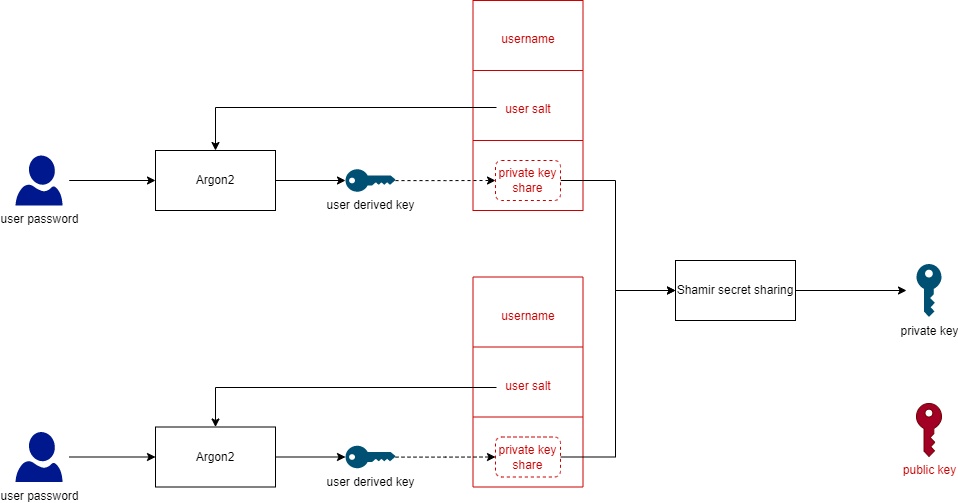
This is readme-images/Private key retrieving.drawio.png from damienmaier/encrypted-vault, a draw.io export, as it was before one commit. Source tidied: cells renumbered, new cells last; positions are measured from the earlier drawing's top-left corner, leaving out a move shared by most shapes. The source it was exported from:
```xml
<mxGraphModel>
  <root>
    <mxCell id="0" />
    <mxCell id="1" parent="0" />
    <mxCell id="2" style="shape=table;startSize=0;fontSize=20;fillColor=none;strokeColor=#CC0000;" parent="1" vertex="1">
      <mxGeometry x="457.5" width="110" height="210" as="geometry" />
    </mxCell>
    <mxCell id="3" style="shape=tableRow;horizontal=0;startSize=0;swimlaneHead=0;swimlaneBody=0;top=0;left=0;bottom=0;right=0;fillColor=none;strokeColor=#B85450;fontSize=20;fontColor=#CC0000;" parent="2" vertex="1">
      <mxGeometry width="110" height="70" as="geometry" />
    </mxCell>
    <mxCell id="4" value="&lt;font style=&quot;font-size: 12px;&quot;&gt;username&lt;/font&gt;" style="shape=partialRectangle;html=1;whiteSpace=wrap;overflow=hidden;fillColor=none;top=0;left=0;bottom=0;right=0;strokeColor=#B85450;fontSize=20;fontColor=#CC0000;" parent="3" vertex="1">
      <mxGeometry width="110" height="70" as="geometry" />
    </mxCell>
    <mxCell id="5" style="shape=tableRow;horizontal=0;startSize=0;swimlaneHead=0;swimlaneBody=0;top=0;left=0;bottom=0;right=0;fillColor=none;strokeColor=#B85450;fontSize=20;fontColor=#CC0000;" parent="2" vertex="1">
      <mxGeometry y="70" width="110" height="70" as="geometry" />
    </mxCell>
    <mxCell id="6" value="&lt;font style=&quot;font-size: 12px;&quot;&gt;user salt&lt;/font&gt;" style="shape=partialRectangle;html=1;whiteSpace=wrap;overflow=hidden;fillColor=none;top=0;left=0;bottom=0;right=0;strokeColor=#B85450;fontSize=20;fontColor=#CC0000;" parent="5" vertex="1">
      <mxGeometry width="110" height="70" as="geometry" />
    </mxCell>
    <mxCell id="7" style="shape=tableRow;horizontal=0;startSize=0;swimlaneHead=0;swimlaneBody=0;top=0;left=0;bottom=0;right=0;fillColor=none;strokeColor=#B85450;fontSize=20;fontColor=#CC0000;" parent="2" vertex="1">
      <mxGeometry y="140" width="110" height="70" as="geometry" />
    </mxCell>
    <mxCell id="8" style="shape=partialRectangle;html=1;whiteSpace=wrap;overflow=hidden;fillColor=none;top=0;left=0;bottom=0;right=0;strokeColor=#B85450;fontSize=20;fontColor=#CC0000;" parent="7" vertex="1">
      <mxGeometry width="110" height="70" as="geometry" />
    </mxCell>
    <mxCell id="9" style="edgeStyle=orthogonalEdgeStyle;rounded=0;jettySize=auto;html=1;entryX=0;entryY=0.5;entryDx=0;entryDy=0;exitX=0.93;exitY=0.5;exitDx=0;exitDy=0;exitPerimeter=0;" parent="1" edge="1" target="11">
      <mxGeometry relative="1" as="geometry">
        <mxPoint x="53.7" y="180" as="sourcePoint" />
      </mxGeometry>
    </mxCell>
    <mxCell id="10" style="edgeStyle=orthogonalEdgeStyle;rounded=0;jettySize=auto;html=1;entryX=0;entryY=0.5;entryDx=0;entryDy=0;entryPerimeter=0;" parent="1" edge="1" source="11" target="13">
      <mxGeometry relative="1" as="geometry" />
    </mxCell>
    <mxCell id="11" value="Argon2" style="rounded=0;whiteSpace=wrap;html=1;" parent="1" vertex="1">
      <mxGeometry x="140" y="150" width="120" height="60" as="geometry" />
    </mxCell>
    <mxCell id="12" style="edgeStyle=orthogonalEdgeStyle;rounded=0;jettySize=auto;html=1;entryX=0;entryY=0.5;entryDx=0;entryDy=0;entryPerimeter=0;dashed=1;" parent="1" edge="1" source="13">
      <mxGeometry relative="1" as="geometry">
        <mxPoint x="480" y="180" as="targetPoint" />
      </mxGeometry>
    </mxCell>
    <mxCell id="13" value="user derived key" style="points=[[0,0.5,0],[0.24,0,0],[0.5,0.28,0],[0.995,0.475,0],[0.5,0.72,0],[0.24,1,0]];verticalLabelPosition=bottom;sketch=0;html=1;verticalAlign=top;align=center;shape=mxgraph.cisco19.key;fillColor=#005073;strokeColor=none;" parent="1" vertex="1">
      <mxGeometry x="330" y="168.8" width="50" height="22.5" as="geometry" />
    </mxCell>
    <mxCell id="14" style="edgeStyle=orthogonalEdgeStyle;rounded=0;jettySize=auto;html=1;entryX=0;entryY=0.5;entryDx=0;entryDy=0;entryPerimeter=0;" parent="1" edge="1" source="15">
      <mxGeometry relative="1" as="geometry">
        <mxPoint x="891" y="290" as="targetPoint" />
      </mxGeometry>
    </mxCell>
    <mxCell id="15" value="Shamir secret sharing" style="rounded=0;whiteSpace=wrap;html=1;" parent="1" vertex="1">
      <mxGeometry x="660" y="260" width="120" height="60" as="geometry" />
    </mxCell>
    <mxCell id="16" style="edgeStyle=orthogonalEdgeStyle;rounded=0;jettySize=auto;html=1;exitX=1;exitY=0.5;exitDx=0;exitDy=0;entryX=0;entryY=0.5;entryDx=0;entryDy=0;" parent="1" edge="1" source="19" target="15">
      <mxGeometry relative="1" as="geometry">
        <Array as="points">
          <mxPoint x="600" y="180" />
          <mxPoint x="600" y="290" />
        </Array>
      </mxGeometry>
    </mxCell>
    <mxCell id="17" value="&lt;font color=&quot;#000000&quot;&gt;private key&lt;/font&gt;" style="sketch=0;shadow=0;dashed=0;html=1;strokeColor=none;labelPosition=center;verticalLabelPosition=bottom;verticalAlign=top;align=center;shape=mxgraph.office.security.key_permissions;fillColor=#005073;fontColor=#CC0000;" parent="1" vertex="1">
      <mxGeometry x="901" y="263.5" width="25" height="53" as="geometry" />
    </mxCell>
    <mxCell id="18" value="&lt;font color=&quot;#cc0000&quot;&gt;public key&lt;/font&gt;" style="sketch=0;shadow=0;dashed=0;html=1;strokeColor=#6F0000;labelPosition=center;verticalLabelPosition=bottom;verticalAlign=top;align=center;shape=mxgraph.office.security.key_permissions;fillColor=#a20025;fontColor=#ffffff;" parent="1" vertex="1">
      <mxGeometry x="901" y="403" width="25" height="53" as="geometry" />
    </mxCell>
    <mxCell id="19" value="private key share" style="rounded=1;whiteSpace=wrap;html=1;fontColor=#CC0000;strokeColor=#CC0000;dashed=1;" parent="1" vertex="1">
      <mxGeometry x="480" y="160" width="65" height="40" as="geometry" />
    </mxCell>
    <mxCell id="20" value="user password" style="sketch=0;shadow=0;dashed=0;html=1;strokeColor=none;labelPosition=center;verticalLabelPosition=bottom;verticalAlign=top;align=center;fillColor=#00188D;shape=mxgraph.azure.user;fontColor=#000000;" parent="1" vertex="1">
      <mxGeometry y="155" width="47" height="50" as="geometry" />
    </mxCell>
    <mxCell id="21" style="shape=table;startSize=0;fontSize=20;fillColor=none;strokeColor=#CC0000;" parent="1" vertex="1">
      <mxGeometry x="457.5" y="276.5" width="110" height="210" as="geometry" />
    </mxCell>
    <mxCell id="22" style="shape=tableRow;horizontal=0;startSize=0;swimlaneHead=0;swimlaneBody=0;top=0;left=0;bottom=0;right=0;fillColor=none;strokeColor=#B85450;fontSize=20;fontColor=#CC0000;" parent="21" vertex="1">
      <mxGeometry width="110" height="70" as="geometry" />
    </mxCell>
    <mxCell id="23" value="&lt;font style=&quot;font-size: 12px;&quot;&gt;username&lt;/font&gt;" style="shape=partialRectangle;html=1;whiteSpace=wrap;overflow=hidden;fillColor=none;top=0;left=0;bottom=0;right=0;strokeColor=#B85450;fontSize=20;fontColor=#CC0000;" parent="22" vertex="1">
      <mxGeometry width="110" height="70" as="geometry" />
    </mxCell>
    <mxCell id="24" style="shape=tableRow;horizontal=0;startSize=0;swimlaneHead=0;swimlaneBody=0;top=0;left=0;bottom=0;right=0;fillColor=none;strokeColor=#B85450;fontSize=20;fontColor=#CC0000;" parent="21" vertex="1">
      <mxGeometry y="70" width="110" height="70" as="geometry" />
    </mxCell>
    <mxCell id="25" value="&lt;font style=&quot;font-size: 12px;&quot;&gt;user salt&lt;/font&gt;" style="shape=partialRectangle;html=1;whiteSpace=wrap;overflow=hidden;fillColor=none;top=0;left=0;bottom=0;right=0;strokeColor=#B85450;fontSize=20;fontColor=#CC0000;" parent="24" vertex="1">
      <mxGeometry width="110" height="70" as="geometry" />
    </mxCell>
    <mxCell id="26" style="shape=tableRow;horizontal=0;startSize=0;swimlaneHead=0;swimlaneBody=0;top=0;left=0;bottom=0;right=0;fillColor=none;strokeColor=#B85450;fontSize=20;fontColor=#CC0000;" parent="21" vertex="1">
      <mxGeometry y="140" width="110" height="70" as="geometry" />
    </mxCell>
    <mxCell id="27" style="shape=partialRectangle;html=1;whiteSpace=wrap;overflow=hidden;fillColor=none;top=0;left=0;bottom=0;right=0;strokeColor=#B85450;fontSize=20;fontColor=#CC0000;" parent="26" vertex="1">
      <mxGeometry width="110" height="70" as="geometry" />
    </mxCell>
    <mxCell id="28" style="edgeStyle=orthogonalEdgeStyle;rounded=0;jettySize=auto;html=1;entryX=0;entryY=0.5;entryDx=0;entryDy=0;exitX=0.93;exitY=0.5;exitDx=0;exitDy=0;exitPerimeter=0;" parent="1" edge="1" target="30">
      <mxGeometry relative="1" as="geometry">
        <mxPoint x="53.7" y="456.5" as="sourcePoint" />
      </mxGeometry>
    </mxCell>
    <mxCell id="29" style="edgeStyle=orthogonalEdgeStyle;rounded=0;jettySize=auto;html=1;entryX=0;entryY=0.5;entryDx=0;entryDy=0;entryPerimeter=0;" parent="1" edge="1" source="30" target="32">
      <mxGeometry relative="1" as="geometry" />
    </mxCell>
    <mxCell id="30" value="Argon2" style="rounded=0;whiteSpace=wrap;html=1;" parent="1" vertex="1">
      <mxGeometry x="140" y="426.5" width="120" height="60" as="geometry" />
    </mxCell>
    <mxCell id="31" style="edgeStyle=orthogonalEdgeStyle;rounded=0;jettySize=auto;html=1;entryX=0;entryY=0.5;entryDx=0;entryDy=0;entryPerimeter=0;dashed=1;" parent="1" edge="1" source="32">
      <mxGeometry relative="1" as="geometry">
        <mxPoint x="480" y="456.5" as="targetPoint" />
      </mxGeometry>
    </mxCell>
    <mxCell id="32" value="user derived key" style="points=[[0,0.5,0],[0.24,0,0],[0.5,0.28,0],[0.995,0.475,0],[0.5,0.72,0],[0.24,1,0]];verticalLabelPosition=bottom;sketch=0;html=1;verticalAlign=top;align=center;shape=mxgraph.cisco19.key;fillColor=#005073;strokeColor=none;" parent="1" vertex="1">
      <mxGeometry x="330" y="445.2" width="50" height="22.5" as="geometry" />
    </mxCell>
    <mxCell id="33" style="edgeStyle=orthogonalEdgeStyle;rounded=0;jettySize=auto;html=1;entryX=0;entryY=0.5;entryDx=0;entryDy=0;fontSize=12;" parent="1" edge="1" source="34" target="15">
      <mxGeometry relative="1" as="geometry">
        <Array as="points">
          <mxPoint x="600" y="457" />
          <mxPoint x="600" y="290" />
        </Array>
      </mxGeometry>
    </mxCell>
    <mxCell id="34" value="private key share" style="rounded=1;whiteSpace=wrap;html=1;fontColor=#CC0000;strokeColor=#CC0000;dashed=1;" parent="1" vertex="1">
      <mxGeometry x="480" y="436.5" width="65" height="40" as="geometry" />
    </mxCell>
    <mxCell id="35" value="user password" style="sketch=0;shadow=0;dashed=0;html=1;strokeColor=none;labelPosition=center;verticalLabelPosition=bottom;verticalAlign=top;align=center;fillColor=#00188D;shape=mxgraph.azure.user;fontColor=#000000;" parent="1" vertex="1">
      <mxGeometry y="431.5" width="47" height="50" as="geometry" />
    </mxCell>
    <mxCell id="36" style="edgeStyle=orthogonalEdgeStyle;rounded=0;jettySize=auto;html=1;entryX=0.5;entryY=0;entryDx=0;entryDy=0;fontSize=12;" parent="1" edge="1" target="30">
      <mxGeometry relative="1" as="geometry">
        <mxPoint x="481" y="387" as="sourcePoint" />
      </mxGeometry>
    </mxCell>
    <mxCell id="37" style="edgeStyle=orthogonalEdgeStyle;rounded=0;jettySize=auto;html=1;entryX=0.5;entryY=0;entryDx=0;entryDy=0;fontSize=12;" parent="1" edge="1" target="11">
      <mxGeometry relative="1" as="geometry">
        <mxPoint x="481" y="107" as="sourcePoint" />
      </mxGeometry>
    </mxCell>
  </root>
</mxGraphModel>
```
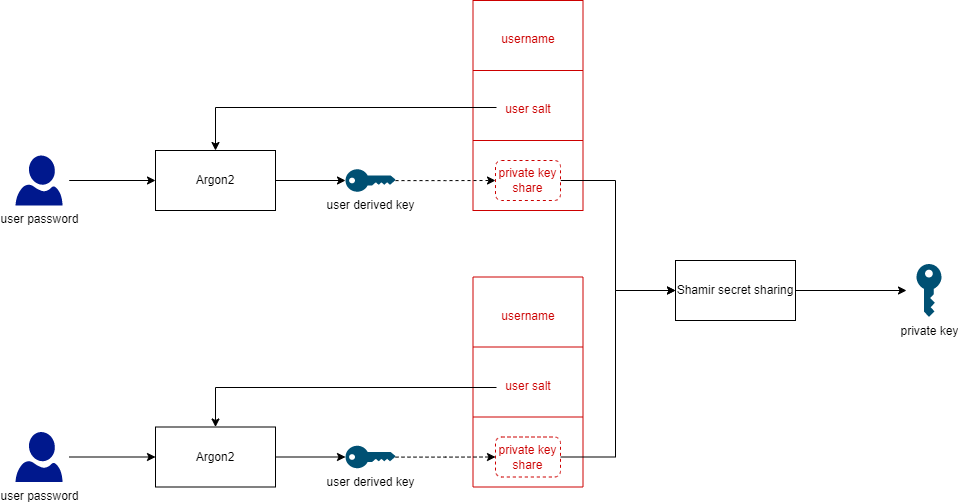
The same diagram one commit later.

What changed in the source:
```diff
@@ -61,9 +61,6 @@
     <mxCell id="17" value="&lt;font color=&quot;#000000&quot;&gt;private key&lt;/font&gt;" style="sketch=0;shadow=0;dashed=0;html=1;strokeColor=none;labelPosition=center;verticalLabelPosition=bottom;verticalAlign=top;align=center;shape=mxgraph.office.security.key_permissions;fillColor=#005073;fontColor=#CC0000;" parent="1" vertex="1">
       <mxGeometry x="901" y="263.5" width="25" height="53" as="geometry" />
     </mxCell>
-    <mxCell id="18" value="&lt;font color=&quot;#cc0000&quot;&gt;public key&lt;/font&gt;" style="sketch=0;shadow=0;dashed=0;html=1;strokeColor=#6F0000;labelPosition=center;verticalLabelPosition=bottom;verticalAlign=top;align=center;shape=mxgraph.office.security.key_permissions;fillColor=#a20025;fontColor=#ffffff;" parent="1" vertex="1">
-      <mxGeometry x="901" y="403" width="25" height="53" as="geometry" />
-    </mxCell>
     <mxCell id="19" value="private key share" style="rounded=1;whiteSpace=wrap;html=1;fontColor=#CC0000;strokeColor=#CC0000;dashed=1;" parent="1" vertex="1">
       <mxGeometry x="480" y="160" width="65" height="40" as="geometry" />
     </mxCell>
```
